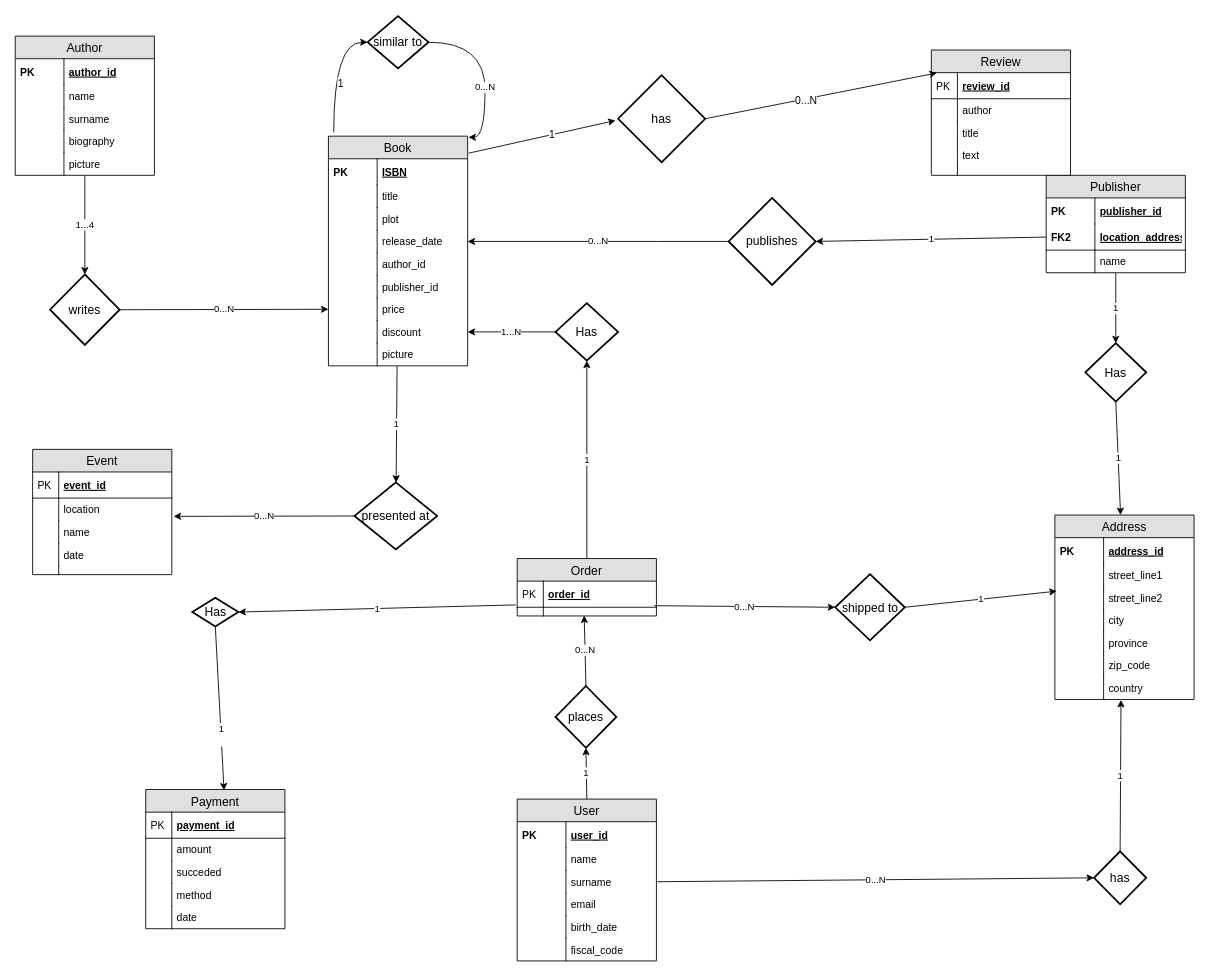
Earlier version of the draw.io diagram other/er_diagram/ER.drawio (malta895/hypermedia-project). Source tidied: cells renumbered, new cells numbered last; positions are measured from the earlier drawing's top-left corner, leaving out a move shared by most shapes. Both pictures are drawn from the tidied source at 87%, with x=0, y=0 at pixel (15, 16).
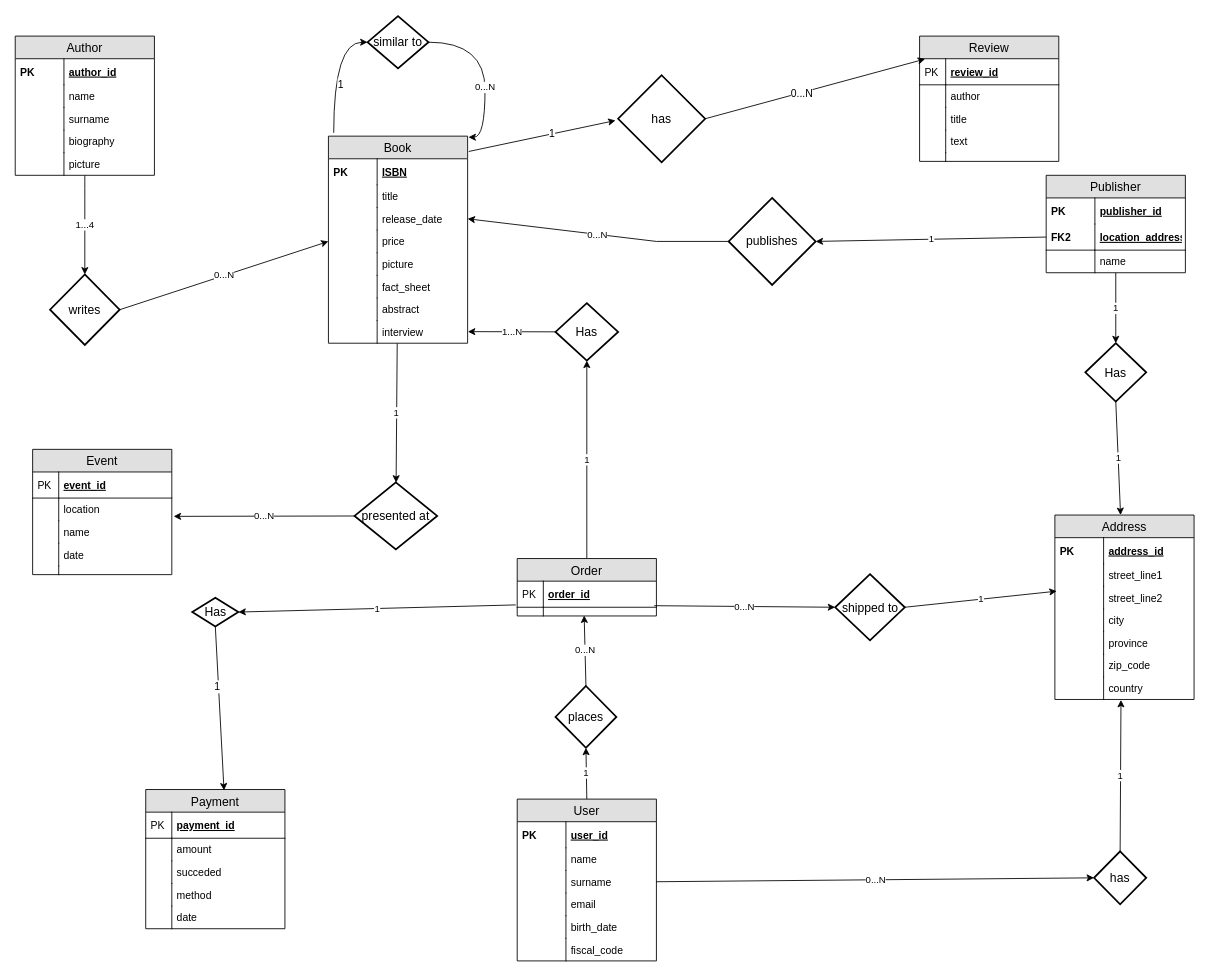
The same diagram, later.

Commit message (it also covers changes not shown here):
Update ER and YAML specs

Unchanged cells that the change refers to:
```xml
<mxCell id="103" value="Has" style="shape=rhombus;strokeWidth=2;fontSize=17;perimeter=rhombusPerimeter;whiteSpace=wrap;html=1;align=center;fontSize=14;" parent="1" vertex="1">
  <mxGeometry x="621" y="330" width="72" height="66" as="geometry" />
</mxCell>
<mxCell id="124" value="Has" style="shape=rhombus;strokeWidth=2;fontSize=17;perimeter=rhombusPerimeter;whiteSpace=wrap;html=1;align=center;fontSize=14;" parent="1" vertex="1">
  <mxGeometry x="203.5" y="668.5" width="53" height="33" as="geometry" />
</mxCell>
```

The edit, as a diff of the source:
```diff
@@
     <mxCell id="40" value="Book" style="swimlane;fontStyle=0;horizontal=1;startSize=26;fillColor=#e0e0e0;swimlaneFillColor=#ffffff;align=center;fontSize=14;" parent="1" vertex="1">
-      <mxGeometry x="360" y="138" width="160" height="264" as="geometry" />
+      <mxGeometry x="360" y="138" width="160" height="238" as="geometry" />
     </mxCell>
@@
-    <mxCell id="45" value="plot" style="shape=partialRectangle;top=0;left=0;right=0;bottom=0;align=left;verticalAlign=top;fillColor=none;spacingLeft=60;spacingRight=4;overflow=hidden;fontSize=12;" parent="40" vertex="1">
-      <mxGeometry y="82" width="160" height="26" as="geometry" />
-    </mxCell>
-    <mxCell id="46" style="shape=partialRectangle;top=0;left=0;bottom=0;fillColor=none;align=left;verticalAlign=top;spacingLeft=4;spacingRight=4;overflow=hidden;fontSize=12;" parent="45" vertex="1">
-      <mxGeometry width="56" height="26" as="geometry" />
-    </mxCell>
     <mxCell id="47" value="release_date" style="shape=partialRectangle;top=0;left=0;right=0;bottom=0;align=left;verticalAlign=top;fillColor=none;spacingLeft=60;spacingRight=4;overflow=hidden;points=[[0,0.5],[1,0.5]];portConstraint=eastwest;fontSize=12;" parent="40" vertex="1">
-      <mxGeometry y="108" width="160" height="26" as="geometry" />
+      <mxGeometry y="82" width="160" height="26" as="geometry" />
     </mxCell>
@@
-    <mxCell id="49" value="author_id" style="shape=partialRectangle;top=0;left=0;right=0;bottom=0;align=left;verticalAlign=top;fillColor=none;spacingLeft=60;spacingRight=4;overflow=hidden;fontSize=12;" parent="40" vertex="1">
-      <mxGeometry y="134" width="160" height="26" as="geometry" />
-    </mxCell>
-    <mxCell id="50" style="shape=partialRectangle;top=0;left=0;bottom=0;fillColor=none;align=left;verticalAlign=top;spacingLeft=4;spacingRight=4;overflow=hidden;fontSize=12;" parent="49" vertex="1">
-      <mxGeometry width="56" height="26" as="geometry" />
-    </mxCell>
-    <mxCell id="51" value="publisher_id" style="shape=partialRectangle;top=0;left=0;right=0;bottom=0;align=left;verticalAlign=top;fillColor=none;spacingLeft=60;spacingRight=4;overflow=hidden;fontSize=12;" parent="40" vertex="1">
-      <mxGeometry y="160" width="160" height="26" as="geometry" />
-    </mxCell>
-    <mxCell id="52" style="shape=partialRectangle;top=0;left=0;bottom=0;fillColor=none;align=left;verticalAlign=top;spacingLeft=4;spacingRight=4;overflow=hidden;fontSize=12;" parent="51" vertex="1">
-      <mxGeometry width="56" height="26" as="geometry" />
-    </mxCell>
     <mxCell id="53" value="price" style="shape=partialRectangle;top=0;left=0;right=0;bottom=0;align=left;verticalAlign=top;fillColor=none;spacingLeft=60;spacingRight=4;overflow=hidden;points=[[0,0.5],[1,0.5]];portConstraint=eastwest;fontSize=12;" parent="40" vertex="1">
-      <mxGeometry y="186" width="160" height="26" as="geometry" />
+      <mxGeometry y="108" width="160" height="26" as="geometry" />
     </mxCell>
@@
-    <mxCell id="55" value="discount" style="shape=partialRectangle;top=0;left=0;right=0;bottom=0;align=left;verticalAlign=top;fillColor=none;spacingLeft=60;spacingRight=4;overflow=hidden;points=[[0,0.5],[1,0.5]];portConstraint=eastwest;fontSize=12;" parent="40" vertex="1">
-      <mxGeometry y="212" width="160" height="26" as="geometry" />
-    </mxCell>
-    <mxCell id="56" style="shape=partialRectangle;top=0;left=0;bottom=0;fillColor=none;align=left;verticalAlign=top;spacingLeft=4;spacingRight=4;overflow=hidden;fontSize=12;" parent="55" vertex="1">
-      <mxGeometry width="56" height="26" as="geometry" />
-    </mxCell>
     <mxCell id="57" value="picture" style="shape=partialRectangle;top=0;left=0;right=0;bottom=0;align=left;verticalAlign=top;fillColor=none;spacingLeft=60;spacingRight=4;overflow=hidden;fontSize=12;" parent="40" vertex="1">
-      <mxGeometry y="238" width="160" height="26" as="geometry" />
+      <mxGeometry y="134" width="160" height="26" as="geometry" />
     </mxCell>
@@
+    <mxCell id="141" value="fact_sheet" style="shape=partialRectangle;top=0;left=0;right=0;bottom=0;align=left;verticalAlign=top;fillColor=none;spacingLeft=60;spacingRight=4;overflow=hidden;fontSize=12;" parent="40" vertex="1">
+      <mxGeometry y="160" width="160" height="26" as="geometry" />
+    </mxCell>
+    <mxCell id="142" style="shape=partialRectangle;top=0;left=0;bottom=0;fillColor=none;align=left;verticalAlign=top;spacingLeft=4;spacingRight=4;overflow=hidden;fontSize=12;" parent="141" vertex="1">
+      <mxGeometry width="56" height="26" as="geometry" />
+    </mxCell>
+    <mxCell id="143" value="abstract" style="shape=partialRectangle;top=0;left=0;right=0;bottom=0;align=left;verticalAlign=top;fillColor=none;spacingLeft=60;spacingRight=4;overflow=hidden;fontSize=12;" parent="40" vertex="1">
+      <mxGeometry y="186" width="160" height="26" as="geometry" />
+    </mxCell>
+    <mxCell id="144" style="shape=partialRectangle;top=0;left=0;bottom=0;fillColor=none;align=left;verticalAlign=top;spacingLeft=4;spacingRight=4;overflow=hidden;fontSize=12;" parent="143" vertex="1">
+      <mxGeometry width="56" height="26" as="geometry" />
+    </mxCell>
+    <mxCell id="145" value="interview" style="shape=partialRectangle;top=0;left=0;right=0;bottom=0;align=left;verticalAlign=top;fillColor=none;spacingLeft=60;spacingRight=4;overflow=hidden;fontSize=12;" parent="40" vertex="1">
+      <mxGeometry y="212" width="160" height="26" as="geometry" />
+    </mxCell>
+    <mxCell id="146" style="shape=partialRectangle;top=0;left=0;bottom=0;fillColor=none;align=left;verticalAlign=top;spacingLeft=4;spacingRight=4;overflow=hidden;fontSize=12;" parent="145" vertex="1">
+      <mxGeometry width="56" height="26" as="geometry" />
+    </mxCell>
@@
-    <mxCell id="102" value="1...N" style="edgeStyle=none;rounded=0;jettySize=auto;html=1;entryX=1;entryY=0.5;entryDx=0;entryDy=0;startArrow=none;startFill=0;endArrow=classic;endFill=1;" parent="1" edge="1" source="103" target="55">
-      <mxGeometry relative="1" as="geometry" />
+    <mxCell id="102" value="1...N" style="edgeStyle=none;rounded=0;jettySize=auto;html=1;entryX=1;entryY=0.5;entryDx=0;entryDy=0;startArrow=none;startFill=0;endArrow=classic;endFill=1;" parent="1" edge="1" source="103">
+      <mxGeometry relative="1" as="geometry">
+        <mxPoint x="520.3" y="362.7" as="targetPoint" />
+      </mxGeometry>
     </mxCell>
@@
-    <mxCell id="123" value="1&lt;br&gt;&lt;br&gt;" style="edgeStyle=none;rounded=0;jettySize=auto;html=1;exitX=0.5;exitY=1;exitDx=0;exitDy=0;startArrow=none;startFill=0;endArrow=classic;endFill=1;" parent="1" edge="1" source="124">
+    <mxCell id="123" style="edgeStyle=none;rounded=0;jettySize=auto;html=1;exitX=0.5;exitY=1;exitDx=0;exitDy=0;startArrow=none;startFill=0;endArrow=classic;endFill=1;" parent="1" edge="1" source="124">
       <mxGeometry x="0.32" relative="1" as="geometry">
         <mxPoint x="240" y="890" as="targetPoint" />
       </mxGeometry>
     </mxCell>
+    <mxCell id="147" value="1" style="text;html=1;align=center;verticalAlign=middle;labelBackgroundColor=#ffffff;" parent="123" vertex="1">
+      <mxGeometry x="-0.27" y="-2" relative="1" as="geometry" />
+    </mxCell>
@@
     <mxCell id="125" value="Review" style="swimlane;fontStyle=0;horizontal=1;startSize=26;fillColor=#e0e0e0;swimlaneFillColor=#ffffff;align=center;fontSize=14;" parent="1" vertex="1">
-      <mxGeometry x="1053" y="39" width="160" height="144" as="geometry" />
+      <mxGeometry x="1039.5" y="23" width="160" height="144" as="geometry" />
     </mxCell>
```
